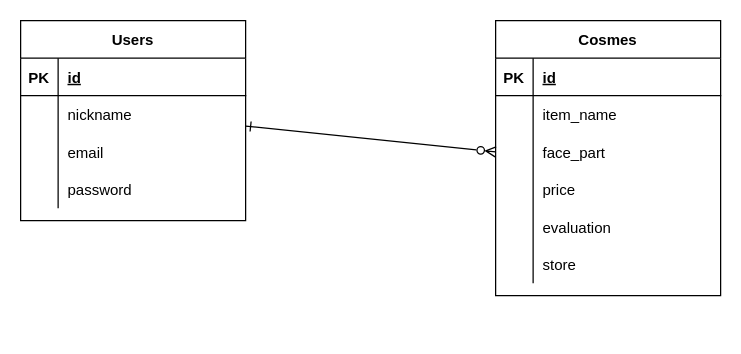
Earlier version of the draw.io diagram er.dio (adpoppo/cosme-list). Source tidied: cells renumbered, new cells numbered last; positions are measured from the earlier drawing's top-left corner, leaving out a move shared by most shapes. Both pictures are drawn from the tidied source at 125%, with x=0, y=0 at pixel (20, 20).
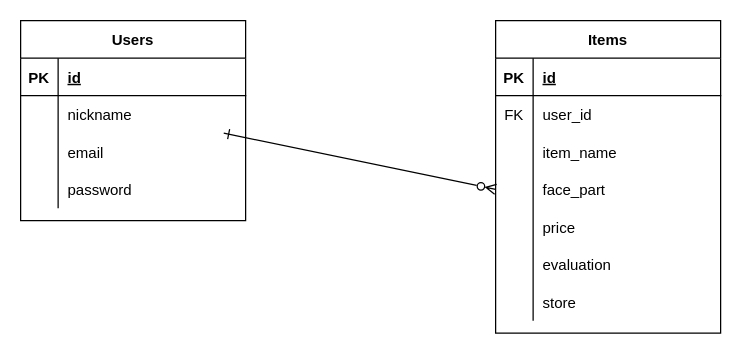
The same diagram, later.

What changed in the source:
```diff
@@
-    <mxCell id="15" value="Cosmes" style="shape=table;startSize=30;childLayout=tableLayout;rowLines=0;fontStyle=1;align=center;" parent="1" vertex="1">
-      <mxGeometry x="380" width="180" height="220" as="geometry" />
+    <mxCell id="15" value="Items" style="shape=table;startSize=30;childLayout=tableLayout;rowLines=0;fontStyle=1;align=center;" parent="1" vertex="1">
+      <mxGeometry x="380" width="180" height="250" as="geometry" />
     </mxCell>
@@
+    <mxCell id="35" style="shape=partialRectangle;fillColor=none;top=0;left=0;bottom=0;right=0;" parent="15" vertex="1">
+      <mxGeometry y="60" width="180" height="30" as="geometry" />
+    </mxCell>
+    <mxCell id="36" value="FK" style="shape=partialRectangle;fillColor=none;top=0;left=0;bottom=0;right=0;overflow=hidden;" parent="35" vertex="1">
+      <mxGeometry width="30" height="30" as="geometry" />
+    </mxCell>
+    <mxCell id="37" value="user_id" style="shape=partialRectangle;fillColor=none;top=0;left=0;bottom=0;right=0;align=left;spacingLeft=6;overflow=hidden;" parent="35" vertex="1">
+      <mxGeometry x="30" width="150" height="30" as="geometry" />
+    </mxCell>
     <mxCell id="19" style="shape=partialRectangle;fillColor=none;top=0;left=0;bottom=0;right=0;" parent="15" vertex="1">
-      <mxGeometry y="60" width="180" height="30" as="geometry" />
+      <mxGeometry y="90" width="180" height="30" as="geometry" />
     </mxCell>
@@
     <mxCell id="22" style="shape=partialRectangle;fillColor=none;top=0;left=0;bottom=0;right=0;points=[[0,0.5],[1,0.5]];portConstraint=eastwest;" parent="15" vertex="1">
-      <mxGeometry y="90" width="180" height="30" as="geometry" />
+      <mxGeometry y="120" width="180" height="30" as="geometry" />
     </mxCell>
@@
     <mxCell id="25" style="shape=partialRectangle;fillColor=none;top=0;left=0;bottom=0;right=0;" parent="15" vertex="1">
-      <mxGeometry y="120" width="180" height="30" as="geometry" />
+      <mxGeometry y="150" width="180" height="30" as="geometry" />
     </mxCell>
@@
     <mxCell id="28" style="shape=partialRectangle;fillColor=none;top=0;left=0;bottom=0;right=0;" parent="15" vertex="1">
-      <mxGeometry y="150" width="180" height="30" as="geometry" />
+      <mxGeometry y="180" width="180" height="30" as="geometry" />
     </mxCell>
@@
     <mxCell id="31" style="shape=partialRectangle;fillColor=none;top=0;left=0;bottom=0;right=0;" parent="15" vertex="1">
-      <mxGeometry y="180" width="180" height="30" as="geometry" />
+      <mxGeometry y="210" width="180" height="30" as="geometry" />
     </mxCell>
```
